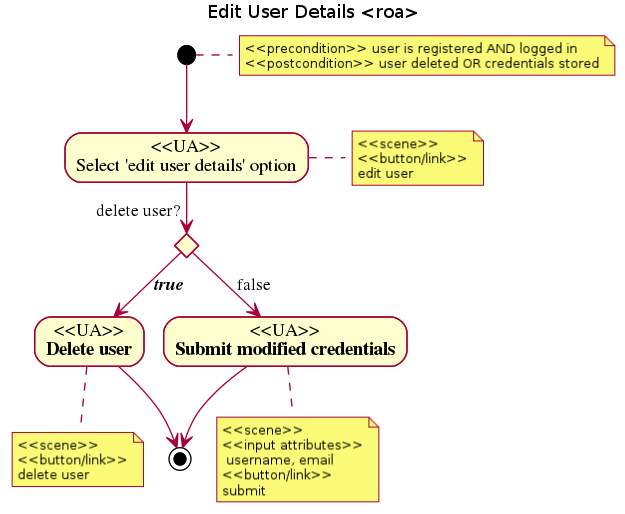
Before: images/gsoc/2012/bugpile/edit-user-details-uml-roa.png, a diagram exported from PlantUML (bzg/worg).
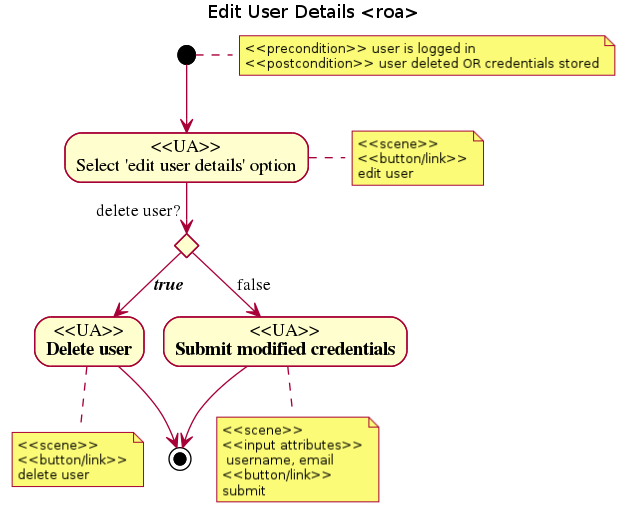
The same diagram one commit later.

Commit message:
[gsoc12] preliminary uml domain class diagram added to i.org.

The edit, as a diff of the source:
```diff
@@ -1,6 +1,6 @@
 @startuml
 title Edit User Details <roa>
-note right: <<precondition>> user is registered AND logged in\n<<postcondition>> user deleted OR credentials stored
+note right: <<precondition>> user is logged in\n<<postcondition>> user deleted OR credentials stored
 (*) --> "<<UA>>\nSelect 'edit user details' option"
 note right: <<scene>>\n<<button/link>>\nedit user
 if "delete user?                   " then
```
